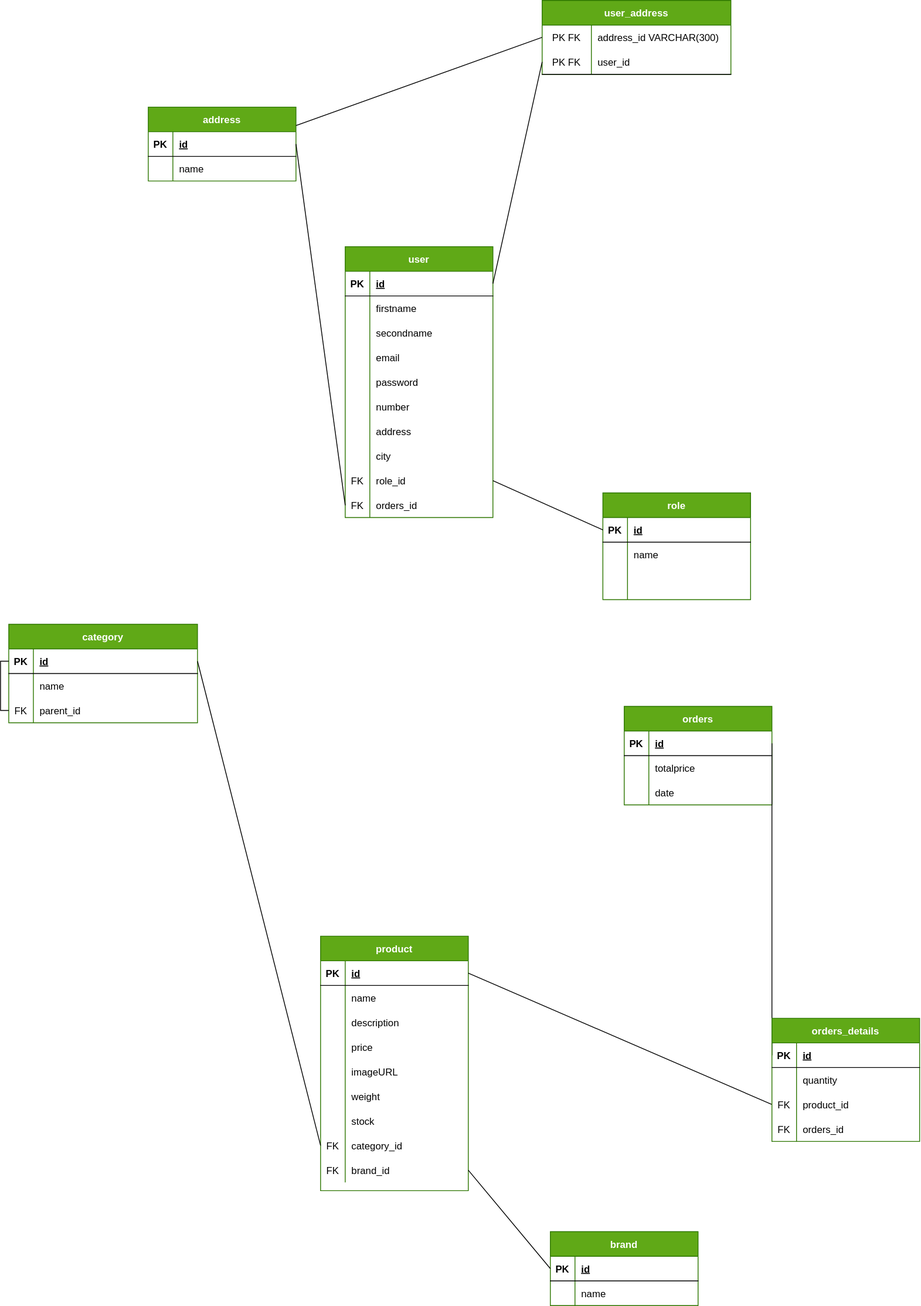
Before: code/server/merise/MLD-komora.drawio.svg, a diagram exported from draw.io (TERENYANA/komora). Source tidied: cells renumbered, new cells last; positions are measured from the earlier drawing's top-left corner, leaving out a move shared by most shapes.
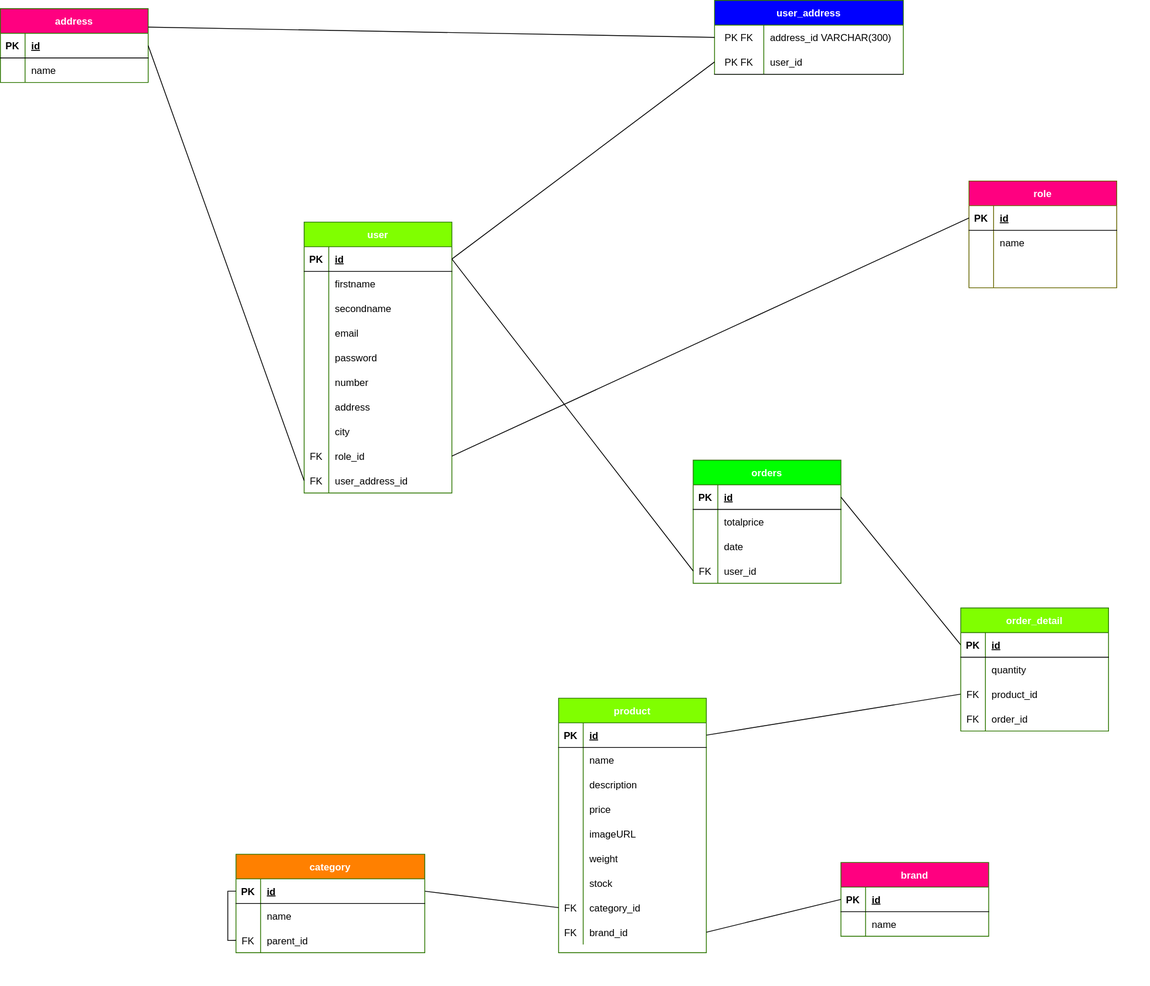
The same diagram one commit later.

Change to the diagram source:
```diff
@@ -2,8 +2,8 @@
   <root>
     <mxCell id="0" />
     <mxCell id="1" parent="0" />
-    <mxCell id="2" value="user" style="shape=table;startSize=30;rowLines=0;fontStyle=1;align=center;fillColor=#60a917;fontColor=#ffffff;strokeColor=#2D7600;" parent="1" vertex="1">
-      <mxGeometry x="410" y="300" width="180" height="330" as="geometry" />
+    <mxCell id="2" value="user" style="shape=table;startSize=30;rowLines=0;fontStyle=1;align=center;fillColor=#80FF00;fontColor=#ffffff;strokeColor=#2D7600;" parent="1" vertex="1">
+      <mxGeometry x="60" y="420" width="180" height="330" as="geometry" />
     </mxCell>
     <mxCell id="3" style="shape=tableRow;horizontal=0;startSize=0;swimlaneHead=0;swimlaneBody=0;fillColor=none;points=[[0,0.5],[1,0.5]];portConstraint=eastwest;top=0;left=0;right=0;bottom=1;" parent="2" vertex="1">
       <mxGeometry y="30" width="180" height="30" as="geometry" />
@@ -92,11 +92,11 @@
     <mxCell id="31" value="FK" style="shape=partialRectangle;fillColor=none;top=0;left=0;bottom=0;right=0;overflow=hidden;" parent="30" vertex="1">
       <mxGeometry width="30" height="30" as="geometry" />
     </mxCell>
-    <mxCell id="32" value="orders_id" style="shape=partialRectangle;fillColor=none;top=0;left=0;bottom=0;right=0;align=left;spacingLeft=6;overflow=hidden;" parent="30" vertex="1">
+    <mxCell id="32" value="user_address_id" style="shape=partialRectangle;fillColor=none;top=0;left=0;bottom=0;right=0;align=left;spacingLeft=6;overflow=hidden;" parent="30" vertex="1">
       <mxGeometry x="30" width="150" height="30" as="geometry" />
     </mxCell>
-    <mxCell id="33" value="role" style="shape=table;startSize=30;rowLines=0;fontStyle=1;align=center;fillColor=#60a917;fontColor=#ffffff;strokeColor=#2D7600;" parent="1" vertex="1">
-      <mxGeometry x="724" y="600" width="180" height="130" as="geometry" />
+    <mxCell id="33" value="role" style="shape=table;startSize=30;rowLines=0;fontStyle=1;align=center;fillColor=#FF0080;fontColor=#ffffff;strokeColor=#666600;" parent="1" vertex="1">
+      <mxGeometry x="870" y="370" width="180" height="130" as="geometry" />
     </mxCell>
     <mxCell id="34" style="shape=tableRow;horizontal=0;startSize=0;swimlaneHead=0;swimlaneBody=0;fillColor=none;points=[[0,0.5],[1,0.5]];portConstraint=eastwest;top=0;left=0;right=0;bottom=1;" parent="33" vertex="1">
       <mxGeometry y="30" width="180" height="30" as="geometry" />
@@ -134,8 +134,8 @@
     <mxCell id="45" style="shape=partialRectangle;fillColor=none;top=0;left=0;bottom=0;right=0;align=left;spacingLeft=6;overflow=hidden;" parent="43" vertex="1">
       <mxGeometry x="30" width="150" height="20" as="geometry" />
     </mxCell>
-    <mxCell id="46" value="product" style="shape=table;startSize=30;rowLines=0;fontStyle=1;align=center;fillColor=#60a917;fontColor=#ffffff;strokeColor=#2D7600;" parent="1" vertex="1">
-      <mxGeometry x="380" y="1140" width="180" height="310" as="geometry" />
+    <mxCell id="46" value="product" style="shape=table;startSize=30;rowLines=0;fontStyle=1;align=center;fillColor=#80FF00;fontColor=#ffffff;strokeColor=#2D7600;" parent="1" vertex="1">
+      <mxGeometry x="370" y="1000" width="180" height="310" as="geometry" />
     </mxCell>
     <mxCell id="47" style="shape=tableRow;horizontal=0;startSize=0;swimlaneHead=0;swimlaneBody=0;fillColor=none;points=[[0,0.5],[1,0.5]];portConstraint=eastwest;top=0;left=0;right=0;bottom=1;" parent="46" vertex="1">
       <mxGeometry y="30" width="180" height="30" as="geometry" />
@@ -218,8 +218,8 @@
     <mxCell id="73" value="brand_id" style="shape=partialRectangle;fillColor=none;top=0;left=0;bottom=0;right=0;align=left;spacingLeft=6;overflow=hidden;" parent="71" vertex="1">
       <mxGeometry x="30" width="150" height="30" as="geometry" />
     </mxCell>
-    <mxCell id="74" value="brand" style="shape=table;startSize=30;rowLines=0;fontStyle=1;align=center;fillColor=#60a917;fontColor=#ffffff;strokeColor=#2D7600;" parent="1" vertex="1">
-      <mxGeometry x="660" y="1500" width="180" height="90" as="geometry" />
+    <mxCell id="74" value="brand" style="shape=table;startSize=30;rowLines=0;fontStyle=1;align=center;fillColor=#FF0080;fontColor=#ffffff;strokeColor=#2D7600;" parent="1" vertex="1">
+      <mxGeometry x="714" y="1200" width="180" height="90" as="geometry" />
     </mxCell>
     <mxCell id="75" style="shape=tableRow;horizontal=0;startSize=0;swimlaneHead=0;swimlaneBody=0;fillColor=none;points=[[0,0.5],[1,0.5]];portConstraint=eastwest;top=0;left=0;right=0;bottom=1;" parent="74" vertex="1">
       <mxGeometry y="30" width="180" height="30" as="geometry" />
@@ -239,8 +239,8 @@
     <mxCell id="80" value="name" style="shape=partialRectangle;fillColor=none;top=0;left=0;bottom=0;right=0;align=left;spacingLeft=6;overflow=hidden;" parent="78" vertex="1">
       <mxGeometry x="30" width="150" height="30" as="geometry" />
     </mxCell>
-    <mxCell id="81" value="address" style="shape=table;startSize=30;rowLines=0;fontStyle=1;align=center;fillColor=#60a917;fontColor=#ffffff;strokeColor=#2D7600;" parent="1" vertex="1">
-      <mxGeometry x="170" y="130" width="180" height="90" as="geometry" />
+    <mxCell id="81" value="address" style="shape=table;startSize=30;rowLines=0;fontStyle=1;align=center;fillColor=#FF0080;fontColor=#ffffff;strokeColor=#2D7600;" parent="1" vertex="1">
+      <mxGeometry x="-310" y="160" width="180" height="90" as="geometry" />
     </mxCell>
     <mxCell id="82" style="shape=tableRow;horizontal=0;startSize=0;swimlaneHead=0;swimlaneBody=0;fillColor=none;points=[[0,0.5],[1,0.5]];portConstraint=eastwest;top=0;left=0;right=0;bottom=1;" parent="81" vertex="1">
       <mxGeometry y="30" width="180" height="30" as="geometry" />
@@ -260,8 +260,8 @@
     <mxCell id="87" value="name" style="shape=partialRectangle;fillColor=none;top=0;left=0;bottom=0;right=0;align=left;spacingLeft=6;overflow=hidden;" parent="85" vertex="1">
       <mxGeometry x="30" width="150" height="30" as="geometry" />
     </mxCell>
-    <mxCell id="88" value="orders" style="shape=table;startSize=30;rowLines=0;fontStyle=1;align=center;fillColor=#60a917;fontColor=#ffffff;strokeColor=#2D7600;" parent="1" vertex="1">
-      <mxGeometry x="750" y="860" width="180" height="120" as="geometry" />
+    <mxCell id="88" value="orders" style="shape=table;startSize=30;rowLines=0;fontStyle=1;align=center;fillColor=#00FF00;fontColor=#ffffff;strokeColor=#2D7600;" parent="1" vertex="1">
+      <mxGeometry x="534" y="710" width="180" height="150" as="geometry" />
     </mxCell>
     <mxCell id="89" style="shape=tableRow;horizontal=0;startSize=0;swimlaneHead=0;swimlaneBody=0;fillColor=none;points=[[0,0.5],[1,0.5]];portConstraint=eastwest;top=0;left=0;right=0;bottom=1;" parent="88" vertex="1">
       <mxGeometry y="30" width="180" height="30" as="geometry" />
@@ -290,8 +290,17 @@
     <mxCell id="97" value="date" style="shape=partialRectangle;fillColor=none;top=0;left=0;bottom=0;right=0;align=left;spacingLeft=6;overflow=hidden;" parent="95" vertex="1">
       <mxGeometry x="30" width="150" height="30" as="geometry" />
     </mxCell>
+    <mxCell id="138" style="shape=tableRow;horizontal=0;startSize=0;swimlaneHead=0;swimlaneBody=0;fillColor=none;points=[[0,0.5],[1,0.5]];portConstraint=eastwest;top=0;left=0;right=0;bottom=0;" parent="88" vertex="1">
+      <mxGeometry y="120" width="180" height="30" as="geometry" />
+    </mxCell>
+    <mxCell id="139" value="FK" style="shape=partialRectangle;fillColor=none;top=0;left=0;bottom=0;right=0;overflow=hidden;" parent="138" vertex="1">
+      <mxGeometry width="30" height="30" as="geometry" />
+    </mxCell>
+    <mxCell id="140" value="user_id" style="shape=partialRectangle;fillColor=none;top=0;left=0;bottom=0;right=0;align=left;spacingLeft=6;overflow=hidden;" parent="138" vertex="1">
+      <mxGeometry x="30" width="150" height="30" as="geometry" />
+    </mxCell>
-    <mxCell id="98" value="user_address" style="shape=table;startSize=30;rowLines=0;fontStyle=1;align=center;fillColor=#60a917;fontColor=#ffffff;strokeColor=#2D7600;" parent="1" vertex="1">
-      <mxGeometry x="650" width="230" height="90" as="geometry" />
+    <mxCell id="98" value="user_address" style="shape=table;startSize=30;rowLines=0;fontStyle=1;align=center;fillColor=#0000FF;fontColor=#ffffff;strokeColor=#2D7600;" parent="1" vertex="1">
+      <mxGeometry x="560" y="150" width="230" height="90" as="geometry" />
     </mxCell>
     <mxCell id="99" style="shape=tableRow;horizontal=0;startSize=0;swimlaneHead=0;swimlaneBody=0;fillColor=none;points=[[0,0.5],[1,0.5]];portConstraint=eastwest;top=0;left=0;right=0;bottom=0;" parent="98" vertex="1">
       <mxGeometry y="30" width="230" height="30" as="geometry" />
@@ -323,8 +332,8 @@
     <mxCell id="108" style="endArrow=none;html=1;rounded=0;exitX=1;exitY=0.5;exitDx=0;exitDy=0;entryX=0;entryY=0.5;entryDx=0;entryDy=0;" parent="1" edge="1" source="82" target="30">
       <mxGeometry relative="1" as="geometry" />
     </mxCell>
-    <mxCell id="109" value="category" style="shape=table;startSize=30;rowLines=0;fontStyle=1;align=center;fillColor=#60a917;fontColor=#ffffff;strokeColor=#2D7600;" parent="1" vertex="1">
-      <mxGeometry y="760" width="230" height="120" as="geometry" />
+    <mxCell id="109" value="category" style="shape=table;startSize=30;rowLines=0;fontStyle=1;align=center;fillColor=#FF8000;fontColor=#ffffff;strokeColor=#2D7600;" parent="1" vertex="1">
+      <mxGeometry x="-23" y="1190" width="230" height="120" as="geometry" />
     </mxCell>
     <mxCell id="110" style="shape=tableRow;horizontal=0;startSize=0;swimlaneHead=0;swimlaneBody=0;fillColor=none;points=[[0,0.5],[1,0.5]];portConstraint=eastwest;top=0;left=0;right=0;bottom=1;" parent="109" vertex="1">
       <mxGeometry y="30" width="230" height="30" as="geometry" />
@@ -368,8 +377,8 @@
     <mxCell id="123" style="endArrow=none;html=1;rounded=0;exitX=1;exitY=0.5;exitDx=0;exitDy=0;entryX=0;entryY=0.5;entryDx=0;entryDy=0;" parent="1" edge="1" source="110" target="68">
       <mxGeometry relative="1" as="geometry" />
     </mxCell>
-    <mxCell id="124" value="orders_details" style="shape=table;startSize=30;rowLines=0;fontStyle=1;align=center;fillColor=#60a917;fontColor=#ffffff;strokeColor=#2D7600;" parent="1" vertex="1">
-      <mxGeometry x="930" y="1240" width="180" height="150" as="geometry" />
+    <mxCell id="124" value="order_detail" style="shape=table;startSize=30;rowLines=0;fontStyle=1;align=center;fillColor=#80FF00;fontColor=#ffffff;strokeColor=#2D7600;" parent="1" vertex="1">
+      <mxGeometry x="860" y="890" width="180" height="150" as="geometry" />
     </mxCell>
     <mxCell id="125" style="shape=tableRow;horizontal=0;startSize=0;swimlaneHead=0;swimlaneBody=0;fillColor=none;points=[[0,0.5],[1,0.5]];portConstraint=eastwest;top=0;left=0;right=0;bottom=1;" parent="124" vertex="1">
       <mxGeometry y="30" width="180" height="30" as="geometry" />
@@ -404,11 +413,14 @@
     <mxCell id="135" value="FK" style="shape=partialRectangle;fillColor=none;top=0;left=0;bottom=0;right=0;overflow=hidden;" parent="134" vertex="1">
       <mxGeometry width="30" height="30" as="geometry" />
     </mxCell>
-    <mxCell id="136" value="orders_id" style="shape=partialRectangle;fillColor=none;top=0;left=0;bottom=0;right=0;align=left;spacingLeft=6;overflow=hidden;" parent="134" vertex="1">
+    <mxCell id="136" value="order_id" style="shape=partialRectangle;fillColor=none;top=0;left=0;bottom=0;right=0;align=left;spacingLeft=6;overflow=hidden;" parent="134" vertex="1">
       <mxGeometry x="30" width="150" height="30" as="geometry" />
     </mxCell>
     <mxCell id="137" style="endArrow=none;html=1;rounded=0;entryX=0;entryY=0.5;entryDx=0;entryDy=0;exitX=1;exitY=0.5;exitDx=0;exitDy=0;" parent="1" edge="1" source="71" target="75">
       <mxGeometry relative="1" as="geometry" />
     </mxCell>
+    <mxCell id="141" style="endArrow=none;html=1;exitX=1;exitY=0.5;exitDx=0;exitDy=0;entryX=0;entryY=0.5;entryDx=0;entryDy=0;" parent="1" edge="1" source="3" target="138">
+      <mxGeometry relative="1" as="geometry" />
+    </mxCell>
   </root>
 </mxGraphModel>
```
